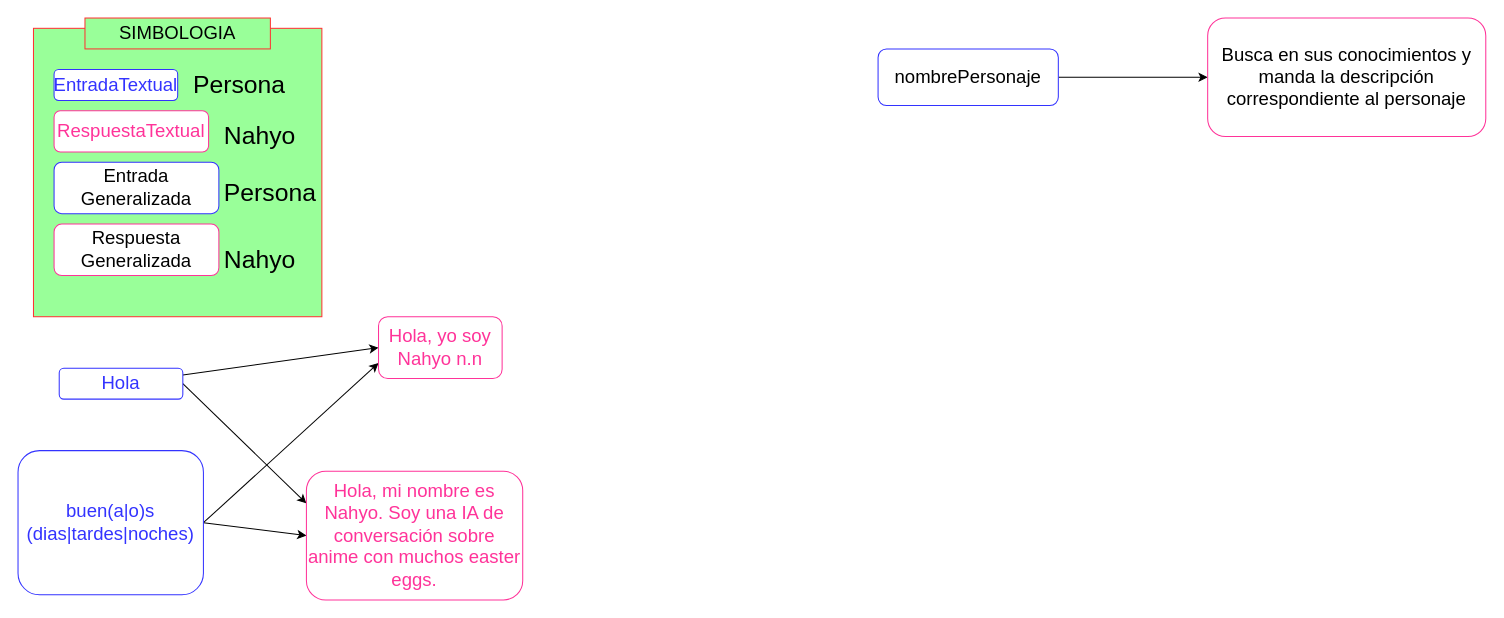
cynthializbeth/ChatBot keeps this draw.io diagram as Diagrama/DiagramaGeneral.drawio. Above is the earlier version. Source tidied: cells renumbered, new cells numbered last; positions are measured from the earlier drawing's top-left corner, leaving out a move shared by most shapes. Both pictures are drawn from the tidied source at 103%, with x=0, y=0 at pixel (18, 18).
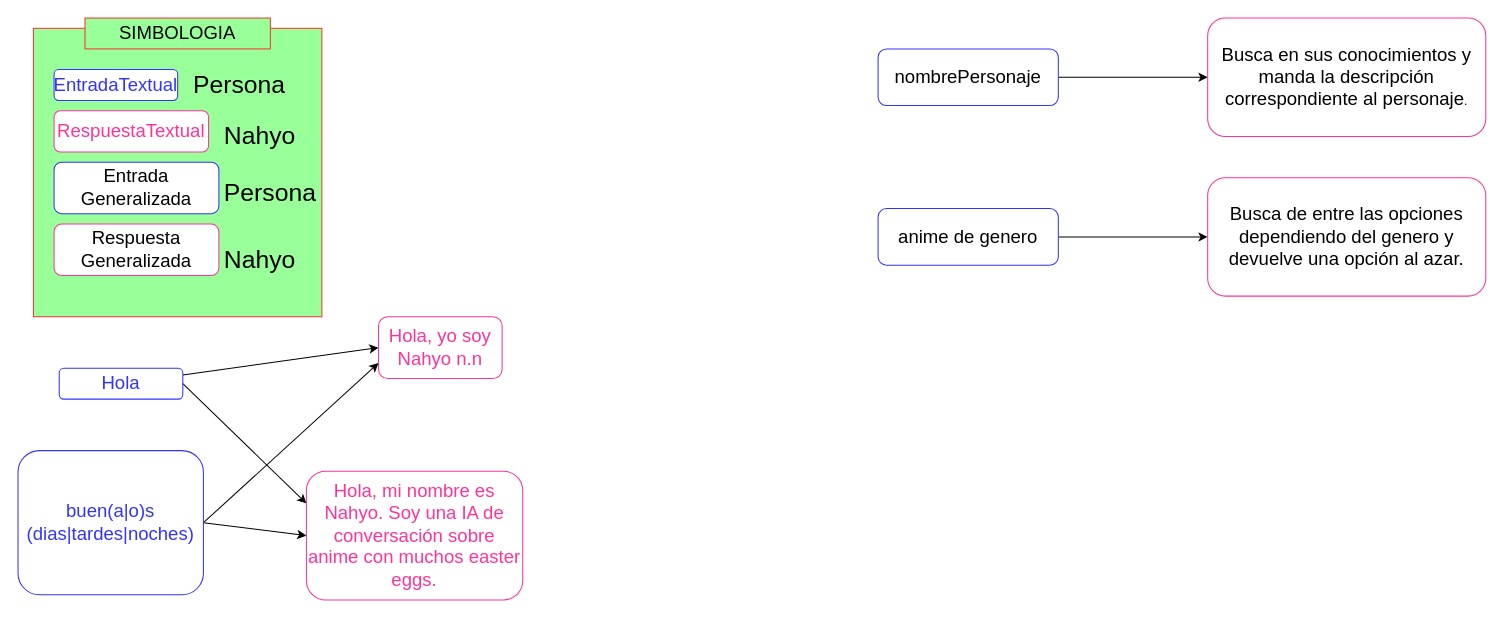
Above is the later version.

Commit message:
recomendación anime

What changed in the source:
```diff
@@
-    <mxCell id="22" value="&lt;font style=&quot;font-size: 18px;&quot;&gt;Busca en sus conocimientos y manda la descripción correspondiente al personaje&lt;/font&gt;" style="rounded=1;whiteSpace=wrap;html=1;strokeColor=#FF3399;" parent="1" vertex="1">
+    <mxCell id="22" value="&lt;div&gt;&lt;font style=&quot;font-size: 18px;&quot;&gt;Busca en sus conocimientos y manda la descripción correspondiente al personaje&lt;/font&gt;.&lt;/div&gt;" style="rounded=1;whiteSpace=wrap;html=1;strokeColor=#FF3399;" parent="1" vertex="1">
       <mxGeometry x="1155" width="270" height="115" as="geometry" />
     </mxCell>
+    <mxCell id="23" style="edgeStyle=none;rounded=0;jettySize=auto;html=1;exitX=1;exitY=0.5;exitDx=0;exitDy=0;entryX=0;entryY=0.5;entryDx=0;entryDy=0;fontSize=18;" parent="1" edge="1" source="24" target="25">
+      <mxGeometry relative="1" as="geometry" />
+    </mxCell>
+    <mxCell id="24" value="&lt;font style=&quot;font-size: 18px;&quot;&gt;anime de genero&lt;/font&gt;" style="rounded=1;whiteSpace=wrap;html=1;strokeColor=#3333FF;" parent="1" vertex="1">
+      <mxGeometry x="835" y="185" width="175" height="55" as="geometry" />
+    </mxCell>
+    <mxCell id="25" value="&lt;font style=&quot;font-size: 18px;&quot;&gt;Busca de entre las opciones dependiendo del genero y devuelve una opción al azar.&lt;/font&gt;" style="rounded=1;whiteSpace=wrap;html=1;strokeColor=#FF3399;" parent="1" vertex="1">
+      <mxGeometry x="1155" y="155" width="270" height="115" as="geometry" />
+    </mxCell>
```
